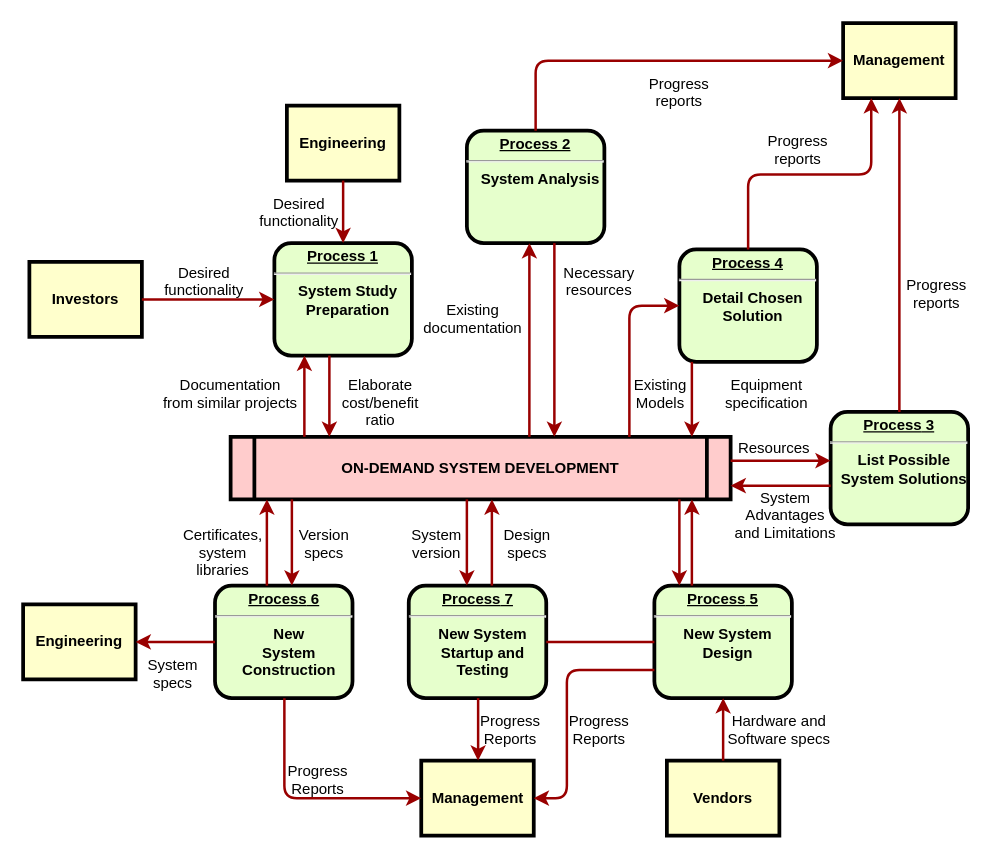
The draw.io diagram Untitled Diagram.drawio in OumaimaBensar/mlops_workflow, before the edit. Source tidied: cells renumbered, new cells numbered last; positions are measured from the earlier drawing's top-left corner, leaving out a move shared by most shapes. Both pictures are drawn from the tidied source at 125%, with x=0, y=0 at pixel (22, 22).
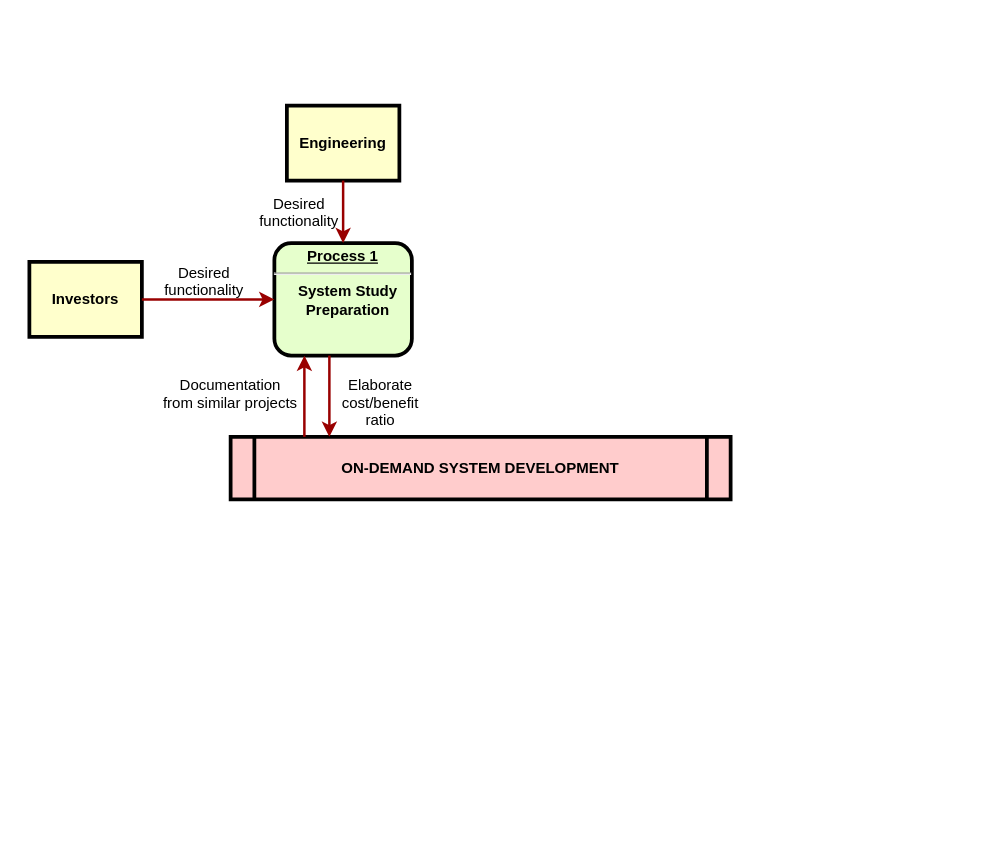
Above is the later version.

Unchanged cells that the change refers to:
```xml
<mxCell id="5" value="ON-DEMAND SYSTEM DEVELOPMENT" style="shape=process;whiteSpace=wrap;align=center;verticalAlign=middle;size=0.0475;fontStyle=1;strokeWidth=3;fillColor=#FFCCCC;" parent="1" vertex="1">
  <mxGeometry x="166" y="331" width="400" height="50" as="geometry" />
</mxCell>
```

Change to the diagram source:
```diff
@@
-    <mxCell id="6" value="&lt;p style=&quot;margin: 0px; margin-top: 4px; text-align: center; text-decoration: underline;&quot;&gt;&lt;strong&gt;Process 2&lt;br /&gt;&lt;/strong&gt;&lt;/p&gt;&lt;hr /&gt;&lt;p style=&quot;margin: 0px; margin-left: 8px;&quot;&gt;System Analysis&lt;/p&gt;" style="verticalAlign=middle;align=center;overflow=fill;fontSize=12;fontFamily=Helvetica;html=1;rounded=1;fontStyle=1;strokeWidth=3;fillColor=#E6FFCC;" parent="1" vertex="1">
-      <mxGeometry x="355" y="86" width="110" height="90" as="geometry" />
-    </mxCell>
-    <mxCell id="7" value="&lt;p style=&quot;margin: 0px; margin-top: 4px; text-align: center; text-decoration: underline;&quot;&gt;&lt;strong&gt;&lt;strong&gt;Process&lt;/strong&gt; 3&lt;br /&gt;&lt;/strong&gt;&lt;/p&gt;&lt;hr /&gt;&lt;p style=&quot;margin: 0px; margin-left: 8px;&quot;&gt;List Possible&lt;/p&gt;&lt;p style=&quot;margin: 0px; margin-left: 8px;&quot;&gt;System Solutions&lt;/p&gt;" style="verticalAlign=middle;align=center;overflow=fill;fontSize=12;fontFamily=Helvetica;html=1;rounded=1;fontStyle=1;strokeWidth=3;fillColor=#E6FFCC;" parent="1" vertex="1">
-      <mxGeometry x="646" y="311" width="110" height="90" as="geometry" />
-    </mxCell>
-    <mxCell id="8" value="&lt;p style=&quot;margin: 0px; margin-top: 4px; text-align: center; text-decoration: underline;&quot;&gt;&lt;strong&gt;&lt;strong&gt;Process&lt;/strong&gt; 4&lt;br /&gt;&lt;/strong&gt;&lt;/p&gt;&lt;hr /&gt;&lt;p style=&quot;margin: 0px; margin-left: 8px;&quot;&gt;Detail Chosen&lt;/p&gt;&lt;p style=&quot;margin: 0px; margin-left: 8px;&quot;&gt;Solution&lt;/p&gt;" style="verticalAlign=middle;align=center;overflow=fill;fontSize=12;fontFamily=Helvetica;html=1;rounded=1;fontStyle=1;strokeWidth=3;fillColor=#E6FFCC;" parent="1" vertex="1">
-      <mxGeometry x="525" y="181" width="110" height="90" as="geometry" />
-    </mxCell>
-    <mxCell id="9" value="&lt;p style=&quot;margin: 0px; margin-top: 4px; text-align: center; text-decoration: underline;&quot;&gt;&lt;strong&gt;&lt;strong&gt;Process&lt;/strong&gt; 5&lt;br /&gt;&lt;/strong&gt;&lt;/p&gt;&lt;hr /&gt;&lt;p style=&quot;margin: 0px; margin-left: 8px;&quot;&gt;New System&lt;/p&gt;&lt;p style=&quot;margin: 0px; margin-left: 8px;&quot;&gt;Design&lt;/p&gt;" style="verticalAlign=middle;align=center;overflow=fill;fontSize=12;fontFamily=Helvetica;html=1;rounded=1;fontStyle=1;strokeWidth=3;fillColor=#E6FFCC;" parent="1" vertex="1">
-      <mxGeometry x="505" y="450" width="110" height="90" as="geometry" />
-    </mxCell>
-    <mxCell id="10" value="&lt;p style=&quot;margin: 0px; margin-top: 4px; text-align: center; text-decoration: underline;&quot;&gt;&lt;strong&gt;&lt;strong&gt;Process&lt;/strong&gt; 6&lt;br /&gt;&lt;/strong&gt;&lt;/p&gt;&lt;hr /&gt;&lt;p style=&quot;margin: 0px; margin-left: 8px;&quot;&gt;New&lt;/p&gt;&lt;p style=&quot;margin: 0px; margin-left: 8px;&quot;&gt;System&lt;/p&gt;&lt;p style=&quot;margin: 0px; margin-left: 8px;&quot;&gt;Construction&lt;/p&gt;" style="verticalAlign=middle;align=center;overflow=fill;fontSize=12;fontFamily=Helvetica;html=1;rounded=1;fontStyle=1;strokeWidth=3;fillColor=#E6FFCC;" parent="1" vertex="1">
-      <mxGeometry x="153.5" y="450" width="110" height="90" as="geometry" />
-    </mxCell>
-    <mxCell id="11" value="Management" style="whiteSpace=wrap;align=center;verticalAlign=middle;fontStyle=1;strokeWidth=3;fillColor=#FFFFCC;" parent="1" vertex="1">
-      <mxGeometry x="656" width="90" height="60" as="geometry" />
-    </mxCell>
-    <mxCell id="12" value="Management" style="whiteSpace=wrap;align=center;verticalAlign=middle;fontStyle=1;strokeWidth=3;fillColor=#FFFFCC;" parent="1" vertex="1">
-      <mxGeometry x="318.5" y="590" width="90" height="60" as="geometry" />
-    </mxCell>
-    <mxCell id="13" value="Engineering" style="whiteSpace=wrap;align=center;verticalAlign=middle;fontStyle=1;strokeWidth=3;fillColor=#FFFFCC;" parent="1" vertex="1">
-      <mxGeometry y="465" width="90" height="60" as="geometry" />
-    </mxCell>
-    <mxCell id="14" value="Vendors" style="whiteSpace=wrap;align=center;verticalAlign=middle;fontStyle=1;strokeWidth=3;fillColor=#FFFFCC;" parent="1" vertex="1">
-      <mxGeometry x="515" y="590" width="90" height="60" as="geometry" />
-    </mxCell>
@@
-    <mxCell id="17" value="&lt;p style=&quot;margin: 0px; margin-top: 4px; text-align: center; text-decoration: underline;&quot;&gt;&lt;strong&gt;&lt;strong&gt;Process&lt;/strong&gt; 7&lt;br /&gt;&lt;/strong&gt;&lt;/p&gt;&lt;hr /&gt;&lt;p style=&quot;margin: 0px; margin-left: 8px;&quot;&gt;New System&lt;/p&gt;&lt;p style=&quot;margin: 0px; margin-left: 8px;&quot;&gt;Startup and&lt;/p&gt;&lt;p style=&quot;margin: 0px; margin-left: 8px;&quot;&gt;Testing&lt;/p&gt;" style="verticalAlign=middle;align=center;overflow=fill;fontSize=12;fontFamily=Helvetica;html=1;rounded=1;fontStyle=1;strokeWidth=3;fillColor=#E6FFCC;" parent="1" vertex="1">
-      <mxGeometry x="308.5" y="450" width="110" height="90" as="geometry" />
-    </mxCell>
-    <mxCell id="18" style="endArrow=none;noEdgeStyle=1;strokeColor=#990000;strokeWidth=2;" parent="1" edge="1" source="9" target="17">
-      <mxGeometry relative="1" as="geometry" />
-    </mxCell>
@@
-    <mxCell id="25" style="edgeStyle=elbowEdgeStyle;elbow=horizontal;strokeColor=#990000;strokeWidth=2;" parent="1" edge="1" source="5" target="6">
-      <mxGeometry relative="1" as="geometry">
-        <Array as="points">
-          <mxPoint x="405" y="250" />
-        </Array>
-      </mxGeometry>
-    </mxCell>
-    <mxCell id="26" style="edgeStyle=elbowEdgeStyle;elbow=horizontal;strokeColor=#990000;strokeWidth=2;" parent="1" edge="1" source="6" target="5">
-      <mxGeometry relative="1" as="geometry">
-        <Array as="points">
-          <mxPoint x="425" y="260" />
-        </Array>
-      </mxGeometry>
-    </mxCell>
-    <mxCell id="27" value="Existing&#10;documentation" style="text;spacingTop=-5;align=center;" parent="1" vertex="1">
-      <mxGeometry x="345" y="221" width="30" height="20" as="geometry" />
-    </mxCell>
-    <mxCell id="28" value="Necessary&#10;resources" style="text;spacingTop=-5;align=center;" parent="1" vertex="1">
-      <mxGeometry x="446" y="191" width="30" height="20" as="geometry" />
-    </mxCell>
-    <mxCell id="29" value="Progress&#10;reports" style="text;spacingTop=-5;align=center;" parent="1" vertex="1">
-      <mxGeometry x="510" y="40" width="30" height="20" as="geometry" />
-    </mxCell>
-    <mxCell id="30" value="Progress&#10;reports" style="text;spacingTop=-5;align=center;" parent="1" vertex="1">
-      <mxGeometry x="605" y="86" width="30" height="20" as="geometry" />
-    </mxCell>
-    <mxCell id="31" value="Progress&#10;reports" style="text;spacingTop=-5;align=center;" parent="1" vertex="1">
-      <mxGeometry x="716" y="201" width="30" height="20" as="geometry" />
-    </mxCell>
-    <mxCell id="32" style="edgeStyle=elbowEdgeStyle;elbow=horizontal;strokeColor=#990000;strokeWidth=2;" parent="1" edge="1" source="6" target="11">
-      <mxGeometry relative="1" as="geometry">
-        <Array as="points">
-          <mxPoint x="410" y="80" />
-        </Array>
-      </mxGeometry>
-    </mxCell>
-    <mxCell id="33" style="edgeStyle=elbowEdgeStyle;elbow=vertical;entryX=0.25;entryY=1;strokeColor=#990000;strokeWidth=2;" parent="1" edge="1" source="8" target="11">
-      <mxGeometry relative="1" as="geometry" />
-    </mxCell>
-    <mxCell id="34" style="edgeStyle=elbowEdgeStyle;elbow=horizontal;strokeColor=#990000;strokeWidth=2;" parent="1" edge="1" source="7" target="11">
-      <mxGeometry relative="1" as="geometry" />
-    </mxCell>
-    <mxCell id="35" style="edgeStyle=elbowEdgeStyle;elbow=horizontal;strokeColor=#990000;strokeWidth=2;" parent="1" edge="1" source="8" target="5">
-      <mxGeometry relative="1" as="geometry">
-        <Array as="points">
-          <mxPoint x="535" y="300" />
-        </Array>
-      </mxGeometry>
-    </mxCell>
-    <mxCell id="36" style="edgeStyle=segmentEdgeStyle;strokeColor=#990000;strokeWidth=2;" parent="1" edge="1" source="5" target="8">
-      <mxGeometry relative="1" as="geometry">
-        <Array as="points">
-          <mxPoint x="485" y="226" />
-        </Array>
-      </mxGeometry>
-    </mxCell>
-    <mxCell id="37" value="Existing&#10;Models" style="text;spacingTop=-5;align=center;" parent="1" vertex="1">
-      <mxGeometry x="495" y="281" width="30" height="20" as="geometry" />
-    </mxCell>
-    <mxCell id="38" value="Equipment&#10;specification" style="text;spacingTop=-5;align=center;" parent="1" vertex="1">
-      <mxGeometry x="580" y="281" width="30" height="20" as="geometry" />
-    </mxCell>
-    <mxCell id="39" style="edgeStyle=elbowEdgeStyle;elbow=vertical;strokeColor=#990000;strokeWidth=2;" parent="1" edge="1" source="5" target="7">
-      <mxGeometry relative="1" as="geometry">
-        <Array as="points">
-          <mxPoint x="615" y="350" />
-        </Array>
-      </mxGeometry>
-    </mxCell>
-    <mxCell id="40" style="edgeStyle=elbowEdgeStyle;elbow=vertical;strokeColor=#990000;strokeWidth=2;" parent="1" edge="1" source="7" target="5">
-      <mxGeometry relative="1" as="geometry">
-        <Array as="points">
-          <mxPoint x="615" y="370" />
-        </Array>
-      </mxGeometry>
-    </mxCell>
-    <mxCell id="41" value="Resources" style="text;spacingTop=-5;align=center;" parent="1" vertex="1">
-      <mxGeometry x="586" y="331" width="30" height="20" as="geometry" />
-    </mxCell>
-    <mxCell id="42" value="System &#10;Advantages &#10;and Limitations" style="text;spacingTop=-5;align=center;" parent="1" vertex="1">
-      <mxGeometry x="595" y="371" width="30" height="20" as="geometry" />
-    </mxCell>
-    <mxCell id="43" style="edgeStyle=elbowEdgeStyle;elbow=horizontal;strokeColor=#990000;strokeWidth=2;" parent="1" edge="1" source="9" target="5">
-      <mxGeometry relative="1" as="geometry">
-        <Array as="points">
-          <mxPoint x="535" y="410" />
-        </Array>
-      </mxGeometry>
-    </mxCell>
-    <mxCell id="44" style="edgeStyle=elbowEdgeStyle;elbow=horizontal;strokeColor=#990000;strokeWidth=2;" parent="1" edge="1" source="5" target="9">
-      <mxGeometry relative="1" as="geometry">
-        <Array as="points">
-          <mxPoint x="525" y="420" />
-        </Array>
-      </mxGeometry>
-    </mxCell>
-    <mxCell id="45" style="edgeStyle=elbowEdgeStyle;elbow=horizontal;strokeColor=#990000;strokeWidth=2;" parent="1" edge="1" source="14" target="9">
-      <mxGeometry relative="1" as="geometry" />
-    </mxCell>
-    <mxCell id="46" value="Hardware and&#10;Software specs" style="text;spacingTop=-5;align=center;" parent="1" vertex="1">
-      <mxGeometry x="590" y="550" width="30" height="20" as="geometry" />
-    </mxCell>
-    <mxCell id="47" style="edgeStyle=elbowEdgeStyle;elbow=horizontal;exitX=0;exitY=0.75;strokeColor=#990000;strokeWidth=2;" parent="1" edge="1" source="9" target="12">
-      <mxGeometry relative="1" as="geometry">
-        <Array as="points">
-          <mxPoint x="435" y="570" />
-        </Array>
-      </mxGeometry>
-    </mxCell>
-    <mxCell id="48" value="Progress&#10;Reports" style="text;spacingTop=-5;align=center;" parent="1" vertex="1">
-      <mxGeometry x="446" y="550" width="30" height="20" as="geometry" />
-    </mxCell>
-    <mxCell id="49" style="edgeStyle=elbowEdgeStyle;elbow=horizontal;strokeColor=#990000;strokeWidth=2;" parent="1" edge="1" source="17" target="12">
-      <mxGeometry relative="1" as="geometry" />
-    </mxCell>
-    <mxCell id="50" value="Progress&#10;Reports" style="text;spacingTop=-5;align=center;" parent="1" vertex="1">
-      <mxGeometry x="375" y="550" width="30" height="20" as="geometry" />
-    </mxCell>
-    <mxCell id="51" style="edgeStyle=elbowEdgeStyle;elbow=horizontal;strokeColor=#990000;strokeWidth=2;" parent="1" edge="1" source="10" target="12">
-      <mxGeometry relative="1" as="geometry">
-        <Array as="points">
-          <mxPoint x="209" y="570" />
-        </Array>
-      </mxGeometry>
-    </mxCell>
-    <mxCell id="52" value="Progress&#10;Reports" style="text;spacingTop=-5;align=center;" parent="1" vertex="1">
-      <mxGeometry x="221" y="590" width="30" height="20" as="geometry" />
-    </mxCell>
-    <mxCell id="53" style="edgeStyle=elbowEdgeStyle;elbow=vertical;strokeColor=#990000;strokeWidth=2;" parent="1" edge="1" source="10" target="13">
-      <mxGeometry relative="1" as="geometry" />
-    </mxCell>
-    <mxCell id="54" style="edgeStyle=elbowEdgeStyle;elbow=horizontal;strokeColor=#990000;strokeWidth=2;" parent="1" edge="1" source="5" target="17">
-      <mxGeometry relative="1" as="geometry">
-        <Array as="points">
-          <mxPoint x="355" y="410" />
-        </Array>
-      </mxGeometry>
-    </mxCell>
-    <mxCell id="55" style="edgeStyle=elbowEdgeStyle;elbow=horizontal;strokeColor=#990000;strokeWidth=2;" parent="1" edge="1" source="17" target="5">
-      <mxGeometry relative="1" as="geometry">
-        <Array as="points">
-          <mxPoint x="375" y="410" />
-        </Array>
-      </mxGeometry>
-    </mxCell>
-    <mxCell id="56" value="Version&#10;specs" style="text;spacingTop=-5;align=center;" parent="1" vertex="1">
-      <mxGeometry x="226" y="401" width="30" height="20" as="geometry" />
-    </mxCell>
-    <mxCell id="57" value="Certificates,&#10;system&#10;libraries" style="text;spacingTop=-5;align=center;" parent="1" vertex="1">
-      <mxGeometry x="145" y="401" width="30" height="20" as="geometry" />
-    </mxCell>
-    <mxCell id="58" style="edgeStyle=elbowEdgeStyle;elbow=horizontal;strokeColor=#990000;strokeWidth=2;" parent="1" edge="1" source="5" target="10">
-      <mxGeometry relative="1" as="geometry">
-        <Array as="points">
-          <mxPoint x="215" y="410" />
-        </Array>
-      </mxGeometry>
-    </mxCell>
-    <mxCell id="59" style="edgeStyle=elbowEdgeStyle;elbow=horizontal;strokeColor=#990000;strokeWidth=2;" parent="1" edge="1" source="10" target="5">
-      <mxGeometry relative="1" as="geometry">
-        <Array as="points">
-          <mxPoint x="195" y="410" />
-        </Array>
-      </mxGeometry>
-    </mxCell>
-    <mxCell id="60" value="System&#10;specs" style="text;spacingTop=-5;align=center;" parent="1" vertex="1">
-      <mxGeometry x="105" y="505" width="30" height="20" as="geometry" />
-    </mxCell>
-    <mxCell id="61" value="Design&#10;specs" style="text;spacingTop=-5;align=center;" parent="1" vertex="1">
-      <mxGeometry x="388.5" y="401" width="30" height="20" as="geometry" />
-    </mxCell>
-    <mxCell id="62" value="System&#10;version" style="text;spacingTop=-5;align=center;" parent="1" vertex="1">
-      <mxGeometry x="316" y="401" width="30" height="20" as="geometry" />
-    </mxCell>
```
